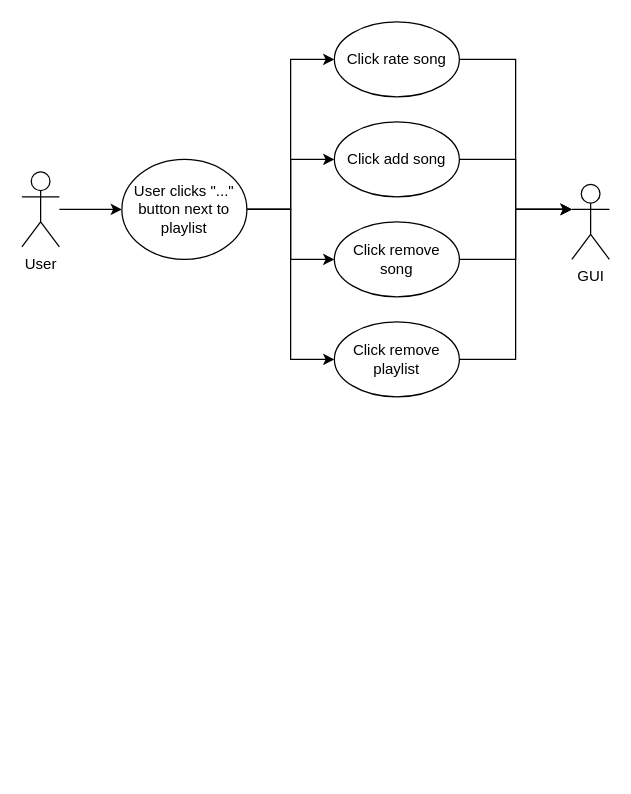
The draw.io diagram Diagrams/Use case/Use_case_GUI_edit_playlist.drawio in stpilks99/moodipy, before the edit. Source tidied: cells renumbered, new cells numbered last; positions are measured from the earlier drawing's top-left corner, leaving out a move shared by most shapes. Both pictures are drawn from the tidied source at 125%, with x=0, y=0 at pixel (21, 21).
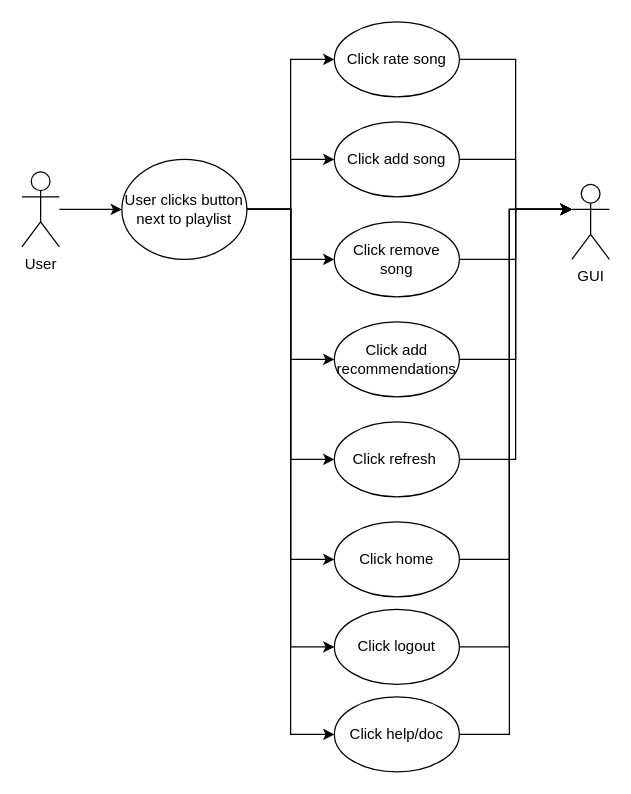
Above is the later version.

Unchanged cells that the change refers to:
```xml
<mxCell id="17" value="GUI" style="shape=umlActor;verticalLabelPosition=bottom;labelBackgroundColor=#ffffff;verticalAlign=top;html=1;outlineConnect=0;" parent="1" vertex="1">
  <mxGeometry x="440" y="130" width="30" height="60" as="geometry" />
</mxCell>
```

What changed in the source:
```diff
@@
+    <mxCell id="18" style="edgeStyle=orthogonalEdgeStyle;rounded=0;jettySize=auto;html=1;entryX=0;entryY=0.5;entryDx=0;entryDy=0;" parent="1" edge="1" source="8" target="23">
+      <mxGeometry relative="1" as="geometry" />
+    </mxCell>
+    <mxCell id="19" style="edgeStyle=orthogonalEdgeStyle;rounded=0;jettySize=auto;html=1;entryX=0;entryY=0.5;entryDx=0;entryDy=0;" parent="1" edge="1" source="8" target="25">
+      <mxGeometry relative="1" as="geometry" />
+    </mxCell>
+    <mxCell id="20" style="edgeStyle=orthogonalEdgeStyle;rounded=0;jettySize=auto;html=1;entryX=0;entryY=0.5;entryDx=0;entryDy=0;" parent="1" edge="1" source="8" target="27">
+      <mxGeometry relative="1" as="geometry" />
+    </mxCell>
+    <mxCell id="21" style="edgeStyle=orthogonalEdgeStyle;rounded=0;jettySize=auto;html=1;entryX=0;entryY=0.5;entryDx=0;entryDy=0;" parent="1" edge="1" source="8" target="29">
+      <mxGeometry relative="1" as="geometry" />
+    </mxCell>
-    <mxCell id="8" value="User clicks &quot;...&quot; button next to playlist" style="ellipse;whiteSpace=wrap;html=1;" parent="1" vertex="1">
+    <mxCell id="8" value="User clicks button next to playlist" style="ellipse;whiteSpace=wrap;html=1;" parent="1" vertex="1">
       <mxGeometry x="80" y="110" width="100" height="80" as="geometry" />
     </mxCell>
@@
-    <mxCell id="16" value="Click remove playlist" style="ellipse;whiteSpace=wrap;html=1;" parent="1" vertex="1">
+    <mxCell id="16" value="Click add recommendations" style="ellipse;whiteSpace=wrap;html=1;" parent="1" vertex="1">
       <mxGeometry x="250" y="240" width="100" height="60" as="geometry" />
     </mxCell>
@@
+    <mxCell id="22" style="edgeStyle=orthogonalEdgeStyle;rounded=0;jettySize=auto;html=1;entryX=0;entryY=0.3333333333333333;entryDx=0;entryDy=0;entryPerimeter=0;" parent="1" edge="1" source="23" target="17">
+      <mxGeometry relative="1" as="geometry" />
+    </mxCell>
+    <mxCell id="23" value="Click refresh&amp;nbsp;" style="ellipse;whiteSpace=wrap;html=1;" parent="1" vertex="1">
+      <mxGeometry x="250" y="320" width="100" height="60" as="geometry" />
+    </mxCell>
+    <mxCell id="24" style="edgeStyle=orthogonalEdgeStyle;rounded=0;jettySize=auto;html=1;" parent="1" edge="1" source="25">
+      <mxGeometry relative="1" as="geometry">
+        <mxPoint x="440" y="150" as="targetPoint" />
+        <Array as="points">
+          <mxPoint x="390" y="430" />
+          <mxPoint x="390" y="150" />
+        </Array>
+      </mxGeometry>
+    </mxCell>
+    <mxCell id="25" value="Click home" style="ellipse;whiteSpace=wrap;html=1;" parent="1" vertex="1">
+      <mxGeometry x="250" y="400" width="100" height="60" as="geometry" />
+    </mxCell>
+    <mxCell id="26" style="edgeStyle=orthogonalEdgeStyle;rounded=0;jettySize=auto;html=1;" parent="1" edge="1" source="27">
+      <mxGeometry relative="1" as="geometry">
+        <mxPoint x="440" y="150" as="targetPoint" />
+        <Array as="points">
+          <mxPoint x="390" y="500" />
+          <mxPoint x="390" y="150" />
+        </Array>
+      </mxGeometry>
+    </mxCell>
+    <mxCell id="27" value="Click logout" style="ellipse;whiteSpace=wrap;html=1;" parent="1" vertex="1">
+      <mxGeometry x="250" y="470" width="100" height="60" as="geometry" />
+    </mxCell>
+    <mxCell id="28" style="edgeStyle=orthogonalEdgeStyle;rounded=0;jettySize=auto;html=1;" parent="1" edge="1" source="29">
+      <mxGeometry relative="1" as="geometry">
+        <mxPoint x="440" y="150" as="targetPoint" />
+        <Array as="points">
+          <mxPoint x="390" y="570" />
+          <mxPoint x="390" y="150" />
+        </Array>
+      </mxGeometry>
+    </mxCell>
+    <mxCell id="29" value="Click help/doc" style="ellipse;whiteSpace=wrap;html=1;" parent="1" vertex="1">
+      <mxGeometry x="250" y="540" width="100" height="60" as="geometry" />
+    </mxCell>
```
